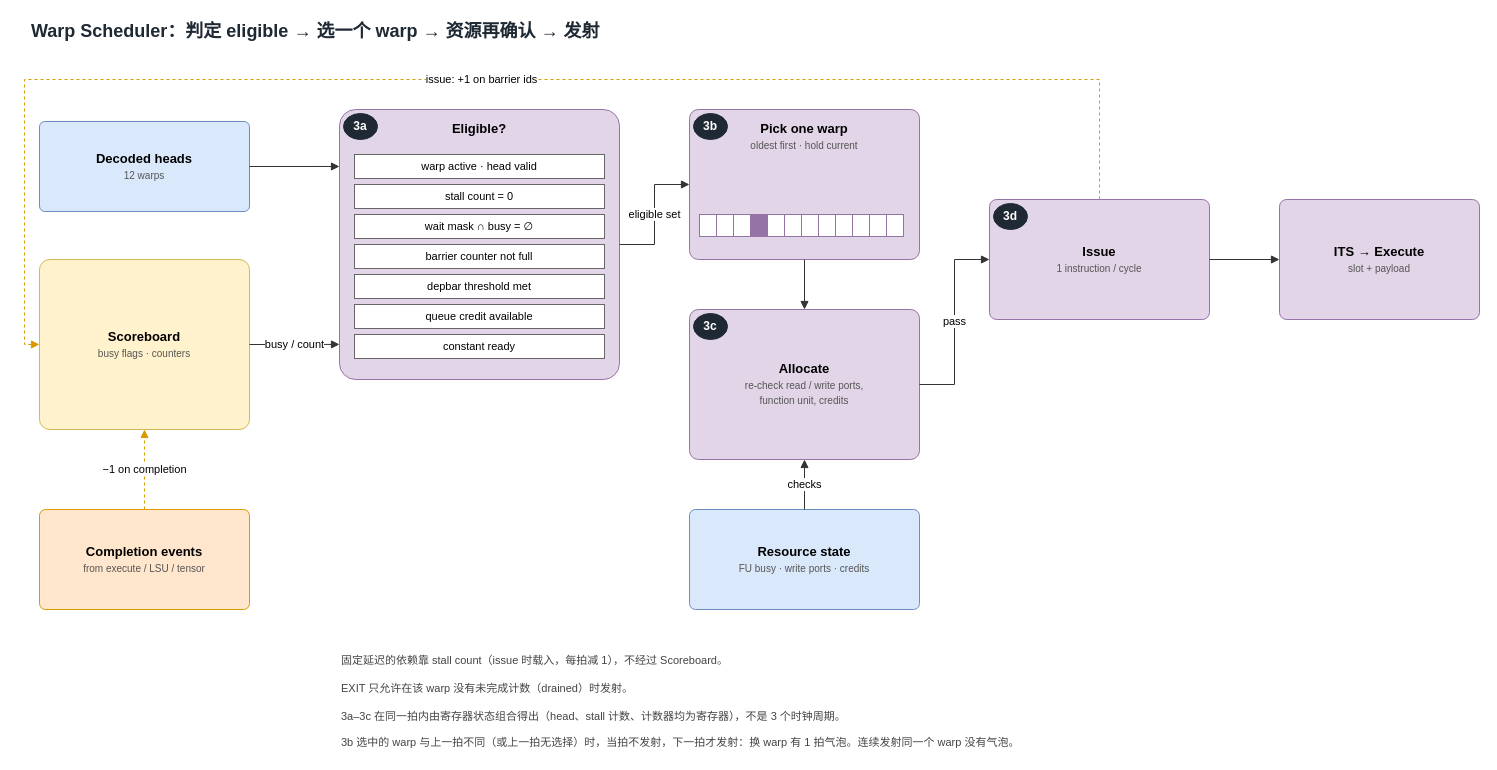
The draw.io diagram projects/currygpu_subcore_ppt169_20261004/sources/02-warp-scheduler.drawio in WHUDYF/PPT-generate, before the edit. Source tidied: cells renumbered, new cells numbered last; positions are measured from the earlier drawing's top-left corner, leaving out a move shared by most shapes. Both pictures are drawn from the tidied source at 100%, with x=0, y=0 at pixel (24, 17).
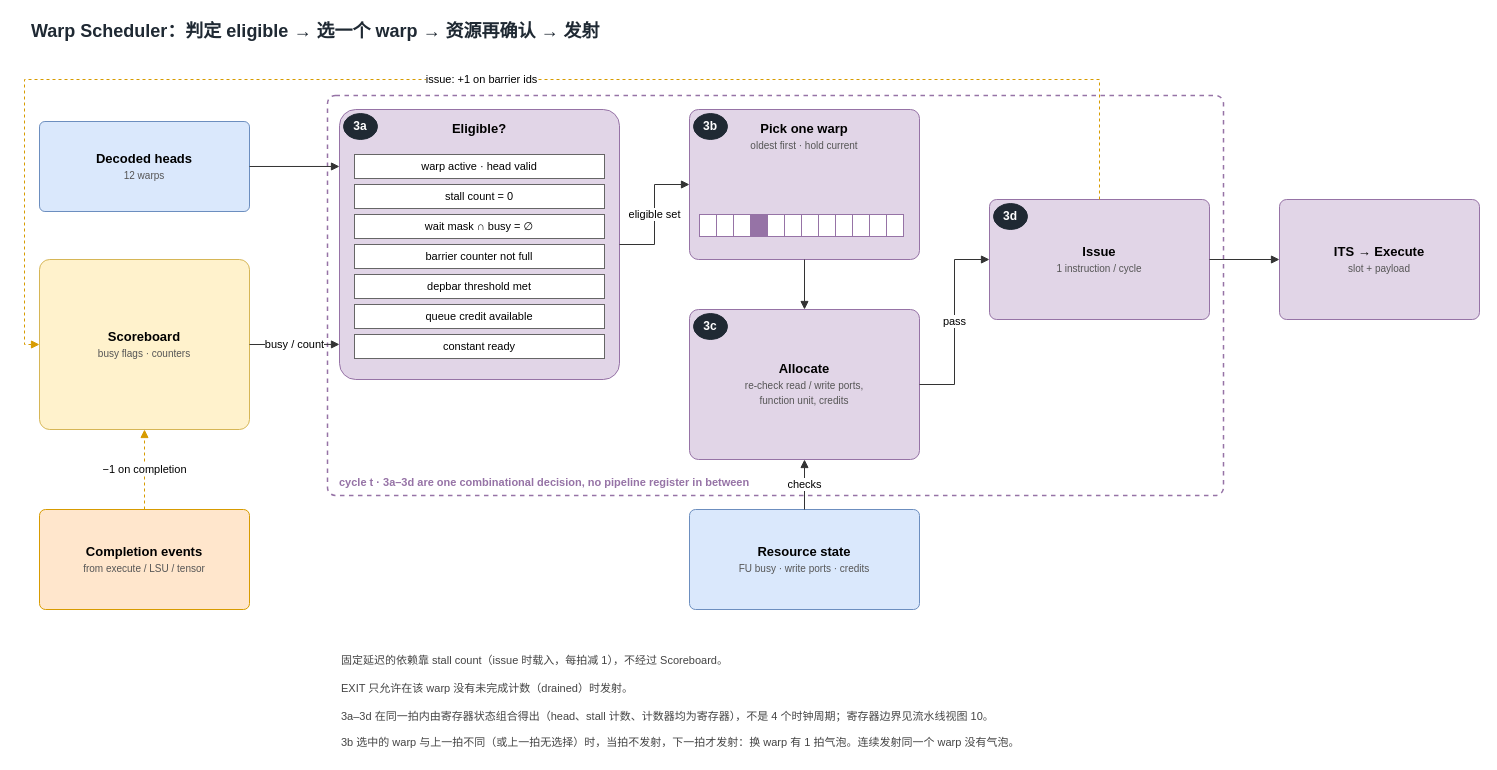
The same page after the edit.

Commit message (it also covers changes not shown here):
Split subcore diagrams into architecture and pipeline views

The edit, as a diff of the source:
```diff
@@
+    <mxCell id="48" value="cycle t · 3a–3d are one combinational decision, no pipeline register in between" style="rounded=1;arcSize=2;whiteSpace=wrap;html=1;fillColor=none;strokeColor=#9673A6;dashed=1;strokeWidth=1.5;verticalAlign=bottom;align=left;spacingLeft=10;spacingBottom=4;fontSize=11;fontStyle=1;fontColor=#9673A6;" parent="1" vertex="1">
+      <mxGeometry x="303" y="78" width="896" height="400" as="geometry" />
+    </mxCell>
@@
-    <mxCell id="46" value="3a–3c 在同一拍内由寄存器状态组合得出（head、stall 计数、计数器均为寄存器），不是 3 个时钟周期。" style="text;html=1;align=left;verticalAlign=middle;whiteSpace=wrap;fontSize=11;fontColor=#444444;" parent="1" vertex="1">
+    <mxCell id="46" value="3a–3d 在同一拍内由寄存器状态组合得出（head、stall 计数、计数器均为寄存器），不是 4 个时钟周期；寄存器边界见流水线视图 10。" style="text;html=1;align=left;verticalAlign=middle;whiteSpace=wrap;fontSize=11;fontColor=#444444;" parent="1" vertex="1">
       <mxGeometry x="315" y="688" width="1100" height="22" as="geometry" />
     </mxCell>
```
